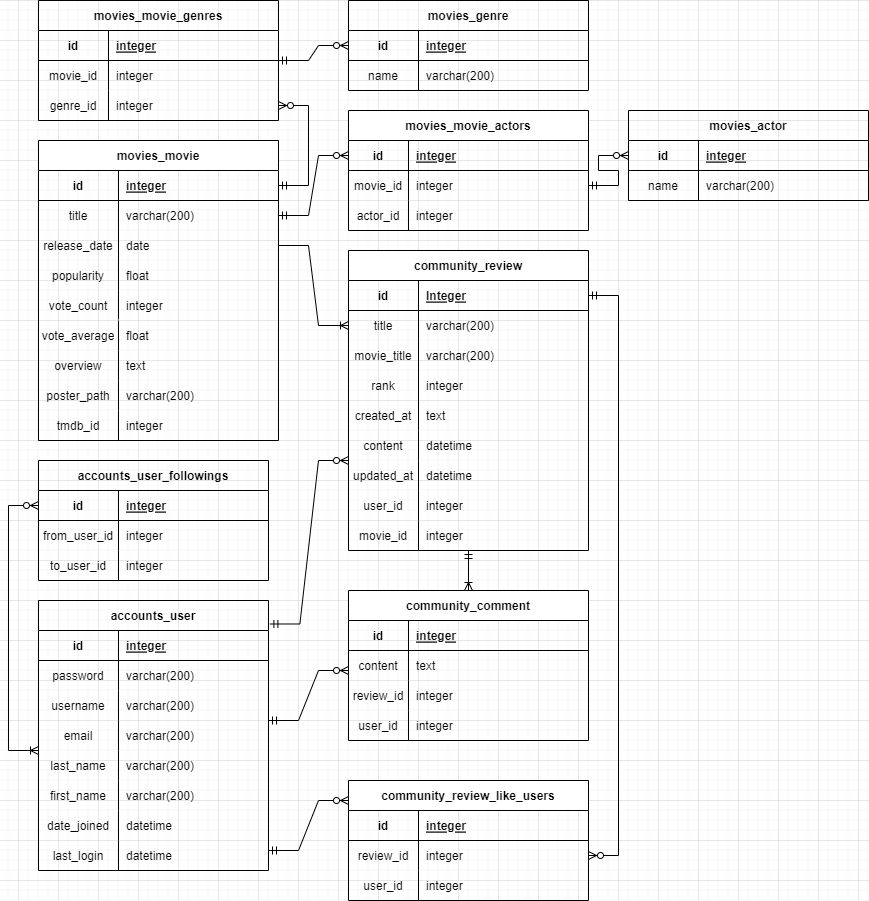
Before: ERD.drawio.png, a diagram exported from draw.io (hanseungjune/ERD_MEMO). Source tidied: cells renumbered, new cells last; positions are measured from the earlier drawing's top-left corner, leaving out a move shared by most shapes.
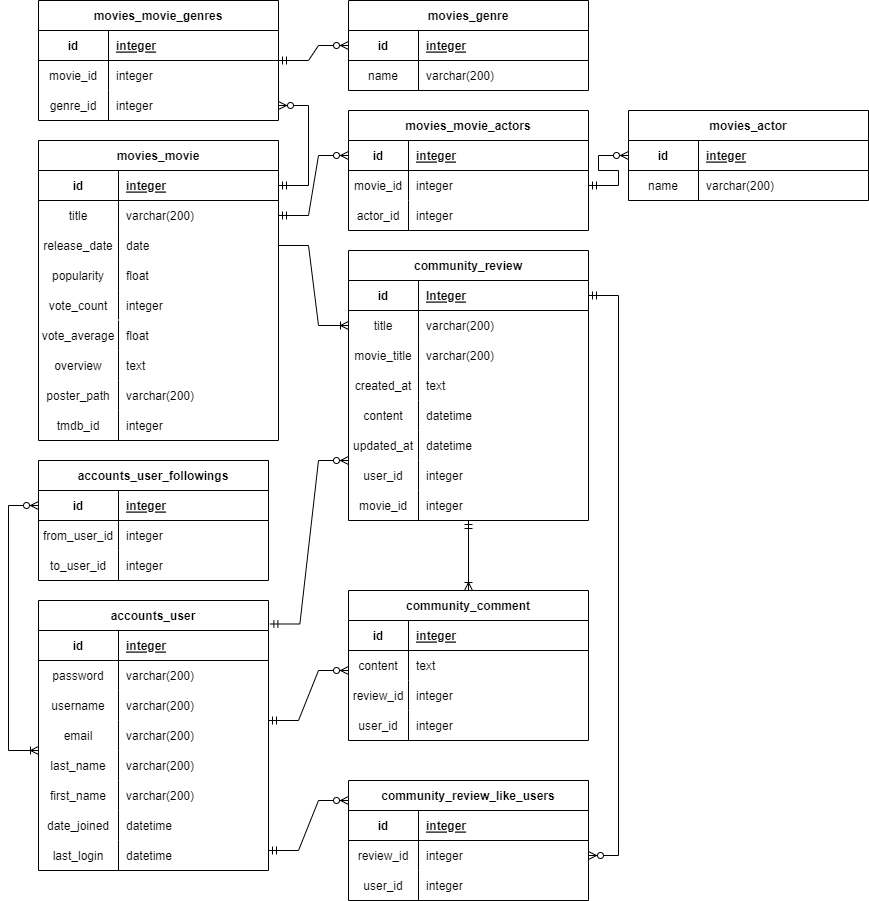
The same diagram one commit later.

Commit message:
ERD.drawio.png이 추가되었습니다.

Change to the diagram source:
```diff
@@ -42,7 +42,7 @@
       <mxGeometry x="80" width="160" height="30" as="geometry" />
     </mxCell>
     <mxCell id="15" value="community_review" style="shape=table;startSize=30;rowLines=0;fontStyle=1;align=center;" parent="1" vertex="1">
-      <mxGeometry x="340" y="250" width="240" height="300" as="geometry" />
+      <mxGeometry x="340" y="250" width="240" height="270" as="geometry" />
     </mxCell>
     <mxCell id="16" style="shape=tableRow;horizontal=0;startSize=0;swimlaneHead=0;swimlaneBody=0;fillColor=none;points=[[0,0.5],[1,0.5]];portConstraint=eastwest;top=0;left=0;right=0;bottom=1;" parent="15" vertex="1">
       <mxGeometry y="30" width="240" height="30" as="geometry" />
@@ -71,15 +71,6 @@
     <mxCell id="24" value="varchar(200)" style="shape=partialRectangle;fillColor=none;top=0;left=0;bottom=0;right=0;align=left;spacingLeft=6;overflow=hidden;" parent="22" vertex="1">
       <mxGeometry x="70" width="170" height="30" as="geometry" />
     </mxCell>
-    <mxCell id="25" style="shape=tableRow;horizontal=0;startSize=0;swimlaneHead=0;swimlaneBody=0;fillColor=none;top=0;left=0;right=0;bottom=0;" parent="15" vertex="1">
-      <mxGeometry y="120" width="240" height="30" as="geometry" />
-    </mxCell>
-    <mxCell id="26" value="rank" style="shape=partialRectangle;fillColor=none;top=0;left=0;bottom=0;right=1;overflow=hidden;" parent="25" vertex="1">
-      <mxGeometry width="70" height="30" as="geometry" />
-    </mxCell>
-    <mxCell id="27" value="integer" style="shape=partialRectangle;fillColor=none;top=0;left=0;bottom=0;right=0;align=left;spacingLeft=6;overflow=hidden;" parent="25" vertex="1">
-      <mxGeometry x="70" width="170" height="30" as="geometry" />
-    </mxCell>
     <mxCell id="28" style="edgeStyle=entityRelationEdgeStyle;fontSize=12;html=1;endArrow=ERoneToMany;rounded=0;" parent="1" edge="1" source="9" target="19">
       <mxGeometry relative="1" as="geometry" />
     </mxCell>
@@ -296,7 +287,7 @@
       <mxGeometry x="110" y="380" width="160" height="30" as="geometry" />
     </mxCell>
     <mxCell id="98" style="shape=tableRow;horizontal=0;startSize=0;swimlaneHead=0;swimlaneBody=0;fillColor=none;top=0;left=0;right=0;bottom=0;" parent="1" vertex="1">
-      <mxGeometry x="350" y="410" width="240" height="30" as="geometry" />
+      <mxGeometry x="350" y="380" width="240" height="30" as="geometry" />
     </mxCell>
     <mxCell id="99" style="shape=tableRow;horizontal=0;startSize=0;swimlaneHead=0;swimlaneBody=0;fillColor=none;top=0;left=0;right=0;bottom=0;" parent="1" vertex="1">
       <mxGeometry x="360" y="420" width="240" height="30" as="geometry" />
@@ -308,33 +299,31 @@
       <mxGeometry x="380" y="440" width="240" height="30" as="geometry" />
     </mxCell>
     <mxCell id="102" value="integer" style="shape=partialRectangle;fillColor=none;top=0;left=0;bottom=0;right=0;align=left;spacingLeft=6;overflow=hidden;" parent="1" vertex="1">
-      <mxGeometry x="410" y="490" width="170" height="30" as="geometry" />
+      <mxGeometry x="410" y="460" width="170" height="30" as="geometry" />
     </mxCell>
     <mxCell id="103" value="user_id" style="shape=partialRectangle;fillColor=none;top=0;left=0;bottom=0;right=1;overflow=hidden;" parent="1" vertex="1">
-      <mxGeometry x="340" y="490" width="70" height="30" as="geometry" />
+      <mxGeometry x="340" y="460" width="70" height="30" as="geometry" />
     </mxCell>
     <mxCell id="104" value="datetime" style="shape=partialRectangle;fillColor=none;top=0;left=0;bottom=0;right=0;align=left;spacingLeft=6;overflow=hidden;" parent="1" vertex="1">
-      <mxGeometry x="410" y="460" width="170" height="30" as="geometry" />
+      <mxGeometry x="410" y="430" width="170" height="30" as="geometry" />
     </mxCell>
     <mxCell id="105" value="updated_at" style="shape=partialRectangle;fillColor=none;top=0;left=0;bottom=0;right=1;overflow=hidden;" parent="1" vertex="1">
-      <mxGeometry x="340" y="460" width="70" height="30" as="geometry" />
+      <mxGeometry x="340" y="430" width="70" height="30" as="geometry" />
     </mxCell>
     <mxCell id="106" value="datetime" style="shape=partialRectangle;fillColor=none;top=0;left=0;bottom=0;right=0;align=left;spacingLeft=6;overflow=hidden;" parent="1" vertex="1">
-      <mxGeometry x="410" y="430" width="170" height="30" as="geometry" />
+      <mxGeometry x="410" y="400" width="170" height="30" as="geometry" />
     </mxCell>
     <mxCell id="107" value="created_at" style="shape=partialRectangle;fillColor=none;top=0;left=0;bottom=0;right=1;overflow=hidden;" parent="1" vertex="1">
-      <mxGeometry x="340" y="400" width="70" height="30" as="geometry" />
+      <mxGeometry x="340" y="370" width="70" height="30" as="geometry" />
     </mxCell>
     <mxCell id="108" value="content" style="shape=partialRectangle;fillColor=none;top=0;left=0;bottom=0;right=1;overflow=hidden;" parent="1" vertex="1">
-      <mxGeometry x="340" y="430" width="70" height="30" as="geometry" />
+      <mxGeometry x="340" y="400" width="70" height="30" as="geometry" />
     </mxCell>
     <mxCell id="109" value="text" style="shape=partialRectangle;fillColor=none;top=0;left=0;bottom=0;right=0;align=left;spacingLeft=6;overflow=hidden;" parent="1" vertex="1">
-      <mxGeometry x="410" y="400" width="170" height="30" as="geometry" />
+      <mxGeometry x="410" y="370" width="170" height="30" as="geometry" />
     </mxCell>
-    <mxCell id="110" style="edgeStyle=orthogonalEdgeStyle;fontSize=12;html=1;endArrow=ERoneToMany;startArrow=ERmandOne;rounded=0;entryX=0.5;entryY=0;entryDx=0;entryDy=0;" parent="1" edge="1" target="29">
-      <mxGeometry relative="1" as="geometry">
-        <mxPoint x="460" y="550" as="sourcePoint" />
-      </mxGeometry>
+    <mxCell id="110" style="edgeStyle=orthogonalEdgeStyle;fontSize=12;html=1;endArrow=ERoneToMany;startArrow=ERmandOne;rounded=0;entryX=0.5;entryY=0;entryDx=0;entryDy=0;" parent="1" edge="1" source="15" target="29">
+      <mxGeometry relative="1" as="geometry" />
     </mxCell>
     <mxCell id="111" style="edgeStyle=entityRelationEdgeStyle;fontSize=12;html=1;endArrow=ERzeroToMany;startArrow=ERmandOne;rounded=0;" parent="1" edge="1" source="16" target="46">
       <mxGeometry relative="1" as="geometry" />
@@ -414,10 +403,10 @@
       <mxGeometry relative="1" as="geometry" />
     </mxCell>
     <mxCell id="134" value="integer" style="shape=partialRectangle;fillColor=none;top=0;left=0;bottom=0;right=0;align=left;spacingLeft=6;overflow=hidden;" parent="1" vertex="1">
-      <mxGeometry x="410" y="520" width="170" height="30" as="geometry" />
+      <mxGeometry x="410" y="490" width="170" height="30" as="geometry" />
     </mxCell>
     <mxCell id="135" value="movie_id" style="shape=partialRectangle;fillColor=none;top=0;left=0;bottom=0;right=1;overflow=hidden;" parent="1" vertex="1">
-      <mxGeometry x="340" y="520" width="70" height="30" as="geometry" />
+      <mxGeometry x="340" y="490" width="70" height="30" as="geometry" />
     </mxCell>
     <mxCell id="136" value="tmdb_id" style="shape=partialRectangle;fillColor=none;top=0;left=0;bottom=0;right=0;overflow=hidden;" parent="1" vertex="1">
       <mxGeometry x="30" y="410" width="80" height="30" as="geometry" />
```
